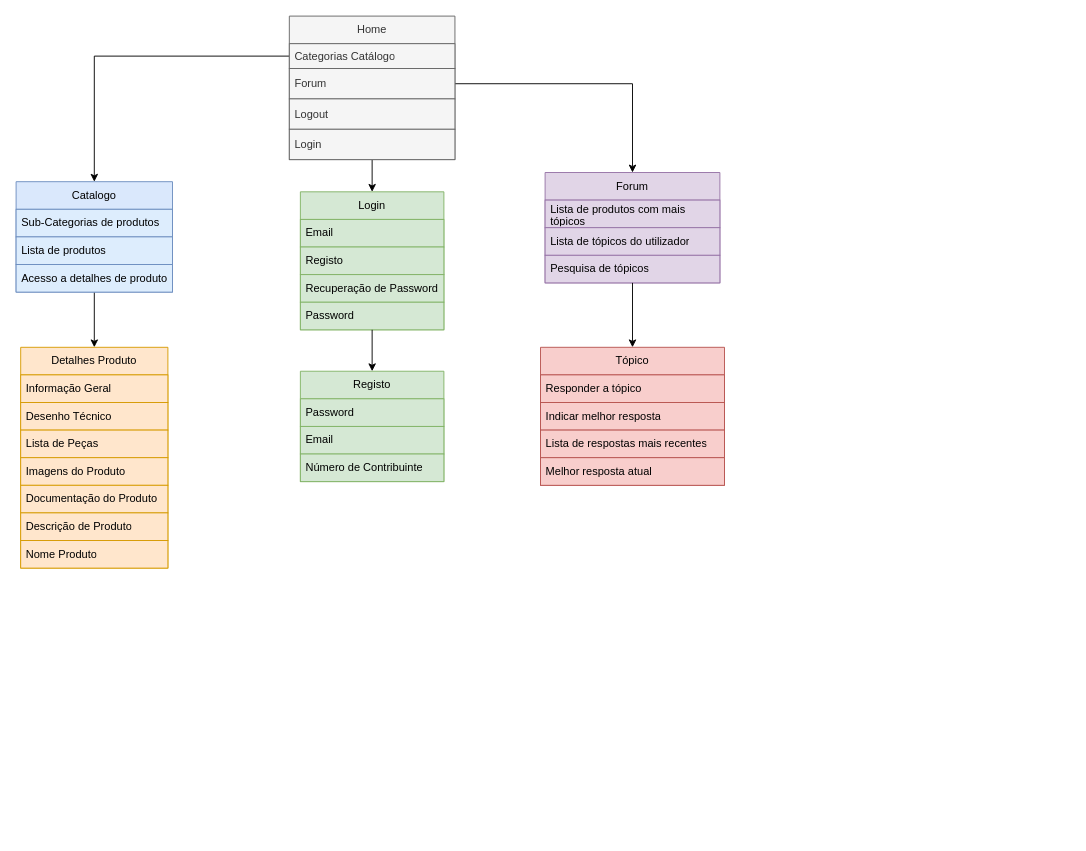
Install-Go/install_and_go keeps this draw.io diagram as diagrams/Diagrama sem nome.drawio. Above is the earlier version. Source tidied: cells renumbered, new cells numbered last; positions are measured from the earlier drawing's top-left corner, leaving out a move shared by most shapes. Both pictures are drawn from the tidied source at 92%, with x=0, y=0 at pixel (16, 16).
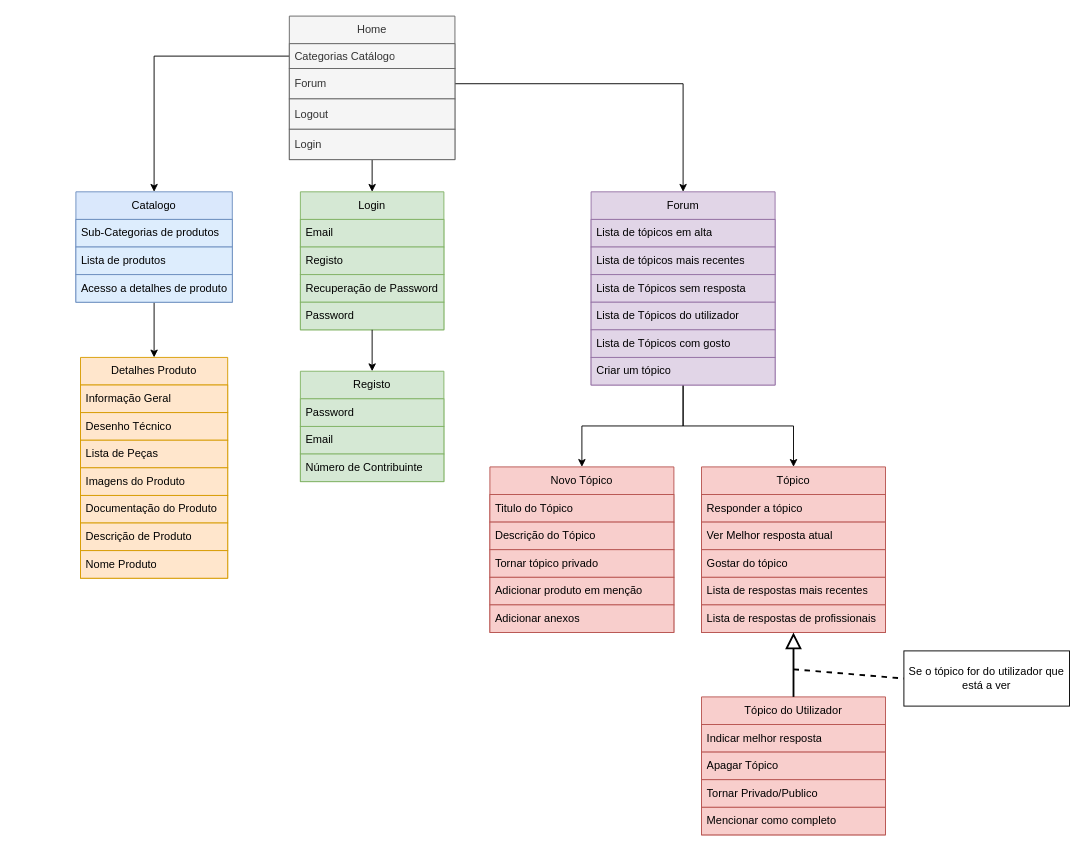
After the change.

What changed in the source:
```diff
@@
+    <mxCell id="45" style="edgeStyle=orthogonalEdgeStyle;rounded=0;jettySize=auto;html=1;exitX=0.5;exitY=1;exitDx=0;exitDy=0;entryX=0.5;entryY=0;entryDx=0;entryDy=0;" parent="1" edge="1" source="2" target="51">
+      <mxGeometry relative="1" as="geometry" />
+    </mxCell>
+    <mxCell id="21" style="edgeStyle=orthogonalEdgeStyle;rounded=0;jettySize=auto;html=1;exitX=0.5;exitY=1;exitDx=0;exitDy=0;" parent="1" edge="1" source="2" target="35">
+      <mxGeometry relative="1" as="geometry" />
+    </mxCell>
     <mxCell id="2" value="Forum" style="swimlane;fontStyle=0;horizontal=1;startSize=30;whiteSpace=wrap;html=1;fillColor=#e1d5e7;strokeColor=#9673a6;" parent="1" vertex="1">
-      <mxGeometry x="575" y="170" width="190" height="120" as="geometry" />
+      <mxGeometry x="625" y="191" width="200" height="210" as="geometry" />
     </mxCell>
-    <mxCell id="3" value="Lista de produtos com mais tópicos" style="text;strokeColor=#9673a6;fillColor=#e1d5e7;align=left;verticalAlign=middle;spacingLeft=4;spacingRight=4;overflow=hidden;whiteSpace=wrap;html=1;" parent="2" vertex="1">
-      <mxGeometry y="30" width="190" height="30" as="geometry" />
+    <mxCell id="3" value="Lista de tópicos em alta" style="text;strokeColor=#9673a6;fillColor=#e1d5e7;align=left;verticalAlign=middle;spacingLeft=4;spacingRight=4;overflow=hidden;whiteSpace=wrap;html=1;" parent="2" vertex="1">
+      <mxGeometry y="30" width="200" height="30" as="geometry" />
     </mxCell>
-    <mxCell id="4" value="Lista de tópicos do utilizador" style="text;strokeColor=#9673a6;fillColor=#e1d5e7;align=left;verticalAlign=middle;spacingLeft=4;spacingRight=4;overflow=hidden;whiteSpace=wrap;html=1;" parent="2" vertex="1">
-      <mxGeometry y="60" width="190" height="30" as="geometry" />
+    <mxCell id="4" value="Lista de tópicos mais recentes" style="text;strokeColor=#9673a6;fillColor=#e1d5e7;align=left;verticalAlign=middle;spacingLeft=4;spacingRight=4;overflow=hidden;whiteSpace=wrap;html=1;" parent="2" vertex="1">
+      <mxGeometry y="60" width="200" height="30" as="geometry" />
     </mxCell>
-    <mxCell id="5" value="Pesquisa de tópicos" style="text;strokeColor=#9673a6;fillColor=#e1d5e7;align=left;verticalAlign=middle;spacingLeft=4;spacingRight=4;overflow=hidden;whiteSpace=wrap;html=1;" parent="2" vertex="1">
-      <mxGeometry y="90" width="190" height="30" as="geometry" />
+    <mxCell id="5" value="Lista de Tópicos sem resposta" style="text;strokeColor=#9673a6;fillColor=#e1d5e7;align=left;verticalAlign=middle;spacingLeft=4;spacingRight=4;overflow=hidden;whiteSpace=wrap;html=1;" parent="2" vertex="1">
+      <mxGeometry y="90" width="200" height="30" as="geometry" />
     </mxCell>
+    <mxCell id="46" value="Lista de Tópicos do utilizador" style="text;strokeColor=#9673a6;fillColor=#e1d5e7;align=left;verticalAlign=middle;spacingLeft=4;spacingRight=4;overflow=hidden;whiteSpace=wrap;html=1;" parent="2" vertex="1">
+      <mxGeometry y="120" width="200" height="30" as="geometry" />
+    </mxCell>
+    <mxCell id="47" value="Lista de Tópicos com gosto" style="text;strokeColor=#9673a6;fillColor=#e1d5e7;align=left;verticalAlign=middle;spacingLeft=4;spacingRight=4;overflow=hidden;whiteSpace=wrap;html=1;" parent="2" vertex="1">
+      <mxGeometry y="150" width="200" height="30" as="geometry" />
+    </mxCell>
+    <mxCell id="48" value="Criar um tópico" style="text;strokeColor=#9673a6;fillColor=#e1d5e7;align=left;verticalAlign=middle;spacingLeft=4;spacingRight=4;overflow=hidden;whiteSpace=wrap;html=1;" parent="2" vertex="1">
+      <mxGeometry y="180" width="200" height="30" as="geometry" />
+    </mxCell>
@@
-    <mxCell id="21" style="endArrow=classic;html=1;rounded=0;exitX=0.5;exitY=1;exitDx=0;exitDy=0;entryX=0.5;entryY=0;entryDx=0;entryDy=0;" parent="1" edge="1" source="2" target="35">
-      <mxGeometry relative="1" as="geometry" />
-    </mxCell>
@@
     <mxCell id="23" value="Catalogo" style="swimlane;fontStyle=0;horizontal=1;startSize=30;whiteSpace=wrap;html=1;fillColor=#dae8fc;strokeColor=#6c8ebf;" parent="1" vertex="1">
-      <mxGeometry y="180" width="170" height="120" as="geometry" />
+      <mxGeometry x="65" y="191" width="170" height="120" as="geometry" />
     </mxCell>
@@
     <mxCell id="27" value="Detalhes Produto" style="swimlane;fontStyle=0;horizontal=1;startSize=30;whiteSpace=wrap;html=1;fillColor=#ffe6cc;strokeColor=#d79b00;" parent="1" vertex="1">
-      <mxGeometry x="5" y="360" width="160" height="240" as="geometry" />
+      <mxGeometry x="70" y="371" width="160" height="240" as="geometry" />
     </mxCell>
@@
     <mxCell id="35" value="Tópico" style="swimlane;fontStyle=0;horizontal=1;startSize=30;whiteSpace=wrap;html=1;fillColor=#f8cecc;strokeColor=#b85450;" parent="1" vertex="1">
-      <mxGeometry x="570" y="360" width="200" height="150" as="geometry" />
+      <mxGeometry x="745" y="490" width="200" height="180" as="geometry" />
     </mxCell>
@@
-    <mxCell id="37" value="Indicar melhor resposta" style="text;strokeColor=#b85450;fillColor=#f8cecc;align=left;verticalAlign=middle;spacingLeft=4;spacingRight=4;overflow=hidden;whiteSpace=wrap;html=1;" parent="35" vertex="1">
-      <mxGeometry y="60" width="200" height="30" as="geometry" />
-    </mxCell>
+    <mxCell id="39" value="Ver Melhor resposta atual" style="text;strokeColor=#b85450;fillColor=#f8cecc;align=left;verticalAlign=middle;spacingLeft=4;spacingRight=4;overflow=hidden;whiteSpace=wrap;html=1;" parent="35" vertex="1">
+      <mxGeometry y="60" width="200" height="30" as="geometry" />
+    </mxCell>
+    <mxCell id="49" value="Gostar do tópico" style="text;strokeColor=#b85450;fillColor=#f8cecc;align=left;verticalAlign=middle;spacingLeft=4;spacingRight=4;overflow=hidden;whiteSpace=wrap;html=1;" parent="35" vertex="1">
+      <mxGeometry y="90" width="200" height="30" as="geometry" />
+    </mxCell>
     <mxCell id="38" value="Lista de respostas mais recentes" style="text;strokeColor=#b85450;fillColor=#f8cecc;align=left;verticalAlign=middle;spacingLeft=4;spacingRight=4;overflow=hidden;whiteSpace=wrap;html=1;" parent="35" vertex="1">
-      <mxGeometry y="90" width="200" height="30" as="geometry" />
+      <mxGeometry y="120" width="200" height="30" as="geometry" />
     </mxCell>
-    <mxCell id="39" value="Melhor resposta atual" style="text;strokeColor=#b85450;fillColor=#f8cecc;align=left;verticalAlign=middle;spacingLeft=4;spacingRight=4;overflow=hidden;whiteSpace=wrap;html=1;" parent="35" vertex="1">
-      <mxGeometry y="120" width="200" height="30" as="geometry" />
-    </mxCell>
+    <mxCell id="50" value="Lista de respostas de profissionais" style="text;strokeColor=#b85450;fillColor=#f8cecc;align=left;verticalAlign=middle;spacingLeft=4;spacingRight=4;overflow=hidden;whiteSpace=wrap;html=1;" parent="35" vertex="1">
+      <mxGeometry y="150" width="200" height="30" as="geometry" />
+    </mxCell>
@@
+    <mxCell id="51" value="Novo Tópico" style="swimlane;fontStyle=0;horizontal=1;startSize=30;whiteSpace=wrap;html=1;fillColor=#f8cecc;strokeColor=#b85450;" parent="1" vertex="1">
+      <mxGeometry x="515" y="490" width="200" height="180" as="geometry" />
+    </mxCell>
+    <mxCell id="52" value="Titulo do Tópico" style="text;strokeColor=#b85450;fillColor=#f8cecc;align=left;verticalAlign=middle;spacingLeft=4;spacingRight=4;overflow=hidden;whiteSpace=wrap;html=1;" parent="51" vertex="1">
+      <mxGeometry y="30" width="200" height="30" as="geometry" />
+    </mxCell>
+    <mxCell id="53" value="Descrição do Tópico" style="text;strokeColor=#b85450;fillColor=#f8cecc;align=left;verticalAlign=middle;spacingLeft=4;spacingRight=4;overflow=hidden;whiteSpace=wrap;html=1;" parent="51" vertex="1">
+      <mxGeometry y="60" width="200" height="30" as="geometry" />
+    </mxCell>
+    <mxCell id="54" value="Tornar tópico privado" style="text;strokeColor=#b85450;fillColor=#f8cecc;align=left;verticalAlign=middle;spacingLeft=4;spacingRight=4;overflow=hidden;whiteSpace=wrap;html=1;" parent="51" vertex="1">
+      <mxGeometry y="90" width="200" height="30" as="geometry" />
+    </mxCell>
+    <mxCell id="55" value="Adicionar produto em menção" style="text;strokeColor=#b85450;fillColor=#f8cecc;align=left;verticalAlign=middle;spacingLeft=4;spacingRight=4;overflow=hidden;whiteSpace=wrap;html=1;" parent="51" vertex="1">
+      <mxGeometry y="120" width="200" height="30" as="geometry" />
+    </mxCell>
+    <mxCell id="56" value="Adicionar anexos" style="text;strokeColor=#b85450;fillColor=#f8cecc;align=left;verticalAlign=middle;spacingLeft=4;spacingRight=4;overflow=hidden;whiteSpace=wrap;html=1;" parent="51" vertex="1">
+      <mxGeometry y="150" width="200" height="30" as="geometry" />
+    </mxCell>
+    <mxCell id="57" value="Tópico do Utilizador" style="swimlane;fontStyle=0;horizontal=1;startSize=30;whiteSpace=wrap;html=1;fillColor=#f8cecc;strokeColor=#b85450;" parent="1" vertex="1">
+      <mxGeometry x="745" y="740" width="200" height="150" as="geometry" />
+    </mxCell>
+    <mxCell id="37" value="Indicar melhor resposta" style="text;strokeColor=#b85450;fillColor=#f8cecc;align=left;verticalAlign=middle;spacingLeft=4;spacingRight=4;overflow=hidden;whiteSpace=wrap;html=1;" parent="57" vertex="1">
+      <mxGeometry y="30" width="200" height="30" as="geometry" />
+    </mxCell>
+    <mxCell id="58" value="Apagar Tópico" style="text;strokeColor=#b85450;fillColor=#f8cecc;align=left;verticalAlign=middle;spacingLeft=4;spacingRight=4;overflow=hidden;whiteSpace=wrap;html=1;" parent="57" vertex="1">
+      <mxGeometry y="60" width="200" height="30" as="geometry" />
+    </mxCell>
+    <mxCell id="59" value="Tornar Privado/Publico" style="text;strokeColor=#b85450;fillColor=#f8cecc;align=left;verticalAlign=middle;spacingLeft=4;spacingRight=4;overflow=hidden;whiteSpace=wrap;html=1;" parent="57" vertex="1">
+      <mxGeometry y="90" width="200" height="30" as="geometry" />
+    </mxCell>
+    <mxCell id="60" value="Mencionar como completo" style="text;strokeColor=#b85450;fillColor=#f8cecc;align=left;verticalAlign=middle;spacingLeft=4;spacingRight=4;overflow=hidden;whiteSpace=wrap;html=1;" parent="57" vertex="1">
+      <mxGeometry y="120" width="200" height="30" as="geometry" />
+    </mxCell>
+    <mxCell id="61" style="endArrow=block;html=1;rounded=0;entryX=0.5;entryY=1;entryDx=0;entryDy=0;strokeWidth=2;endFill=0;endSize=13;exitX=0.5;exitY=0;exitDx=0;exitDy=0;" parent="1" edge="1" source="57" target="35">
+      <mxGeometry relative="1" as="geometry" />
+    </mxCell>
+    <mxCell id="62" value="Se o tópico for do utilizador que está a ver" style="rounded=0;whiteSpace=wrap;html=1;" parent="1" vertex="1">
+      <mxGeometry x="965" y="690" width="180" height="60" as="geometry" />
+    </mxCell>
+    <mxCell id="63" style="endArrow=none;dashed=1;html=1;rounded=0;strokeWidth=2;endSize=13;entryX=0;entryY=0.5;entryDx=0;entryDy=0;" parent="1" edge="1" target="62">
+      <mxGeometry relative="1" as="geometry">
+        <mxPoint x="845" y="710" as="sourcePoint" />
+      </mxGeometry>
+    </mxCell>
```
